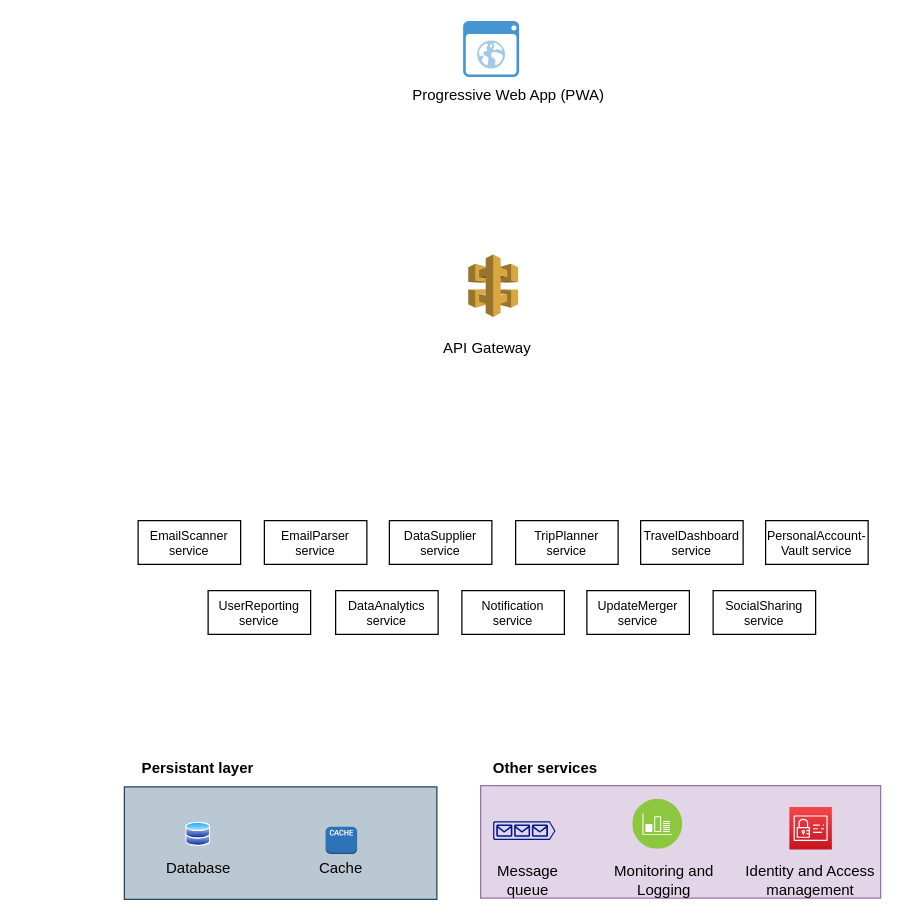
Above: diagrams/Untitled Diagram.drawio in Orry/CloudeneersArchKata2023 (draw.io), before the change. Source tidied: cells renumbered, new cells numbered last; positions are measured from the earlier drawing's top-left corner, leaving out a move shared by most shapes. Both pictures are drawn from the tidied source at 125%, with x=0, y=0 at pixel (124, 20).
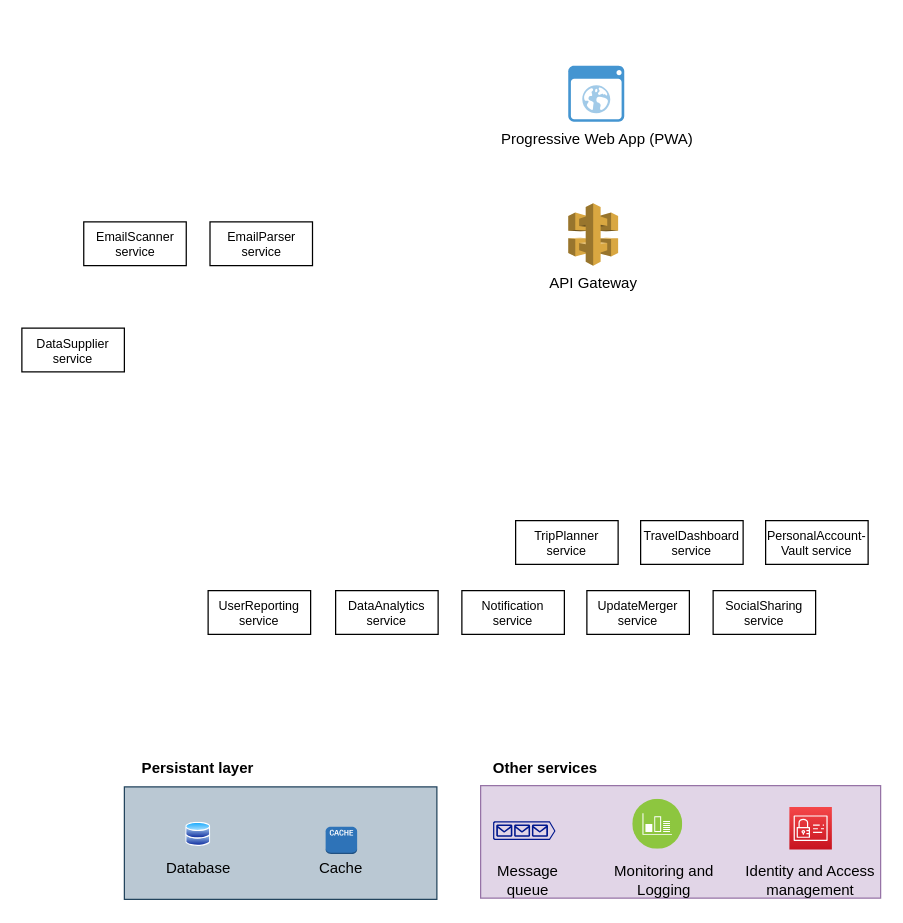
The same page after the edit.

Commit message:
Service blown

Change to the diagram source:
```diff
@@
-    <mxCell id="2" style="dashed=0;verticalLabelPosition=bottom;verticalAlign=top;align=center;html=1;shape=mxgraph.aws3.api_gateway;fillColor=#D9A741;gradientColor=none;" parent="1" vertex="1">
-      <mxGeometry x="275.1" y="187" width="39.9" height="50" as="geometry" />
+    <mxCell id="2" value="API Gateway" style="dashed=0;verticalLabelPosition=bottom;verticalAlign=top;align=center;html=1;shape=mxgraph.aws3.api_gateway;fillColor=#D9A741;gradientColor=none;" parent="1" vertex="1">
+      <mxGeometry x="355.1" y="146" width="39.9" height="50" as="geometry" />
     </mxCell>
-    <mxCell id="3" style="shadow=0;dashed=0;html=1;strokeColor=none;fillColor=#4495D1;labelPosition=center;verticalLabelPosition=bottom;verticalAlign=top;align=center;shape=mxgraph.veeam.2d.web_ui;" parent="1" vertex="1">
-      <mxGeometry x="271" y="0.2" width="44.8" height="44.8" as="geometry" />
+    <mxCell id="3" value="Progressive Web App (PWA)" style="shadow=0;dashed=0;html=1;strokeColor=none;fillColor=#4495D1;labelPosition=center;verticalLabelPosition=bottom;verticalAlign=top;align=center;shape=mxgraph.veeam.2d.web_ui;" parent="1" vertex="1">
+      <mxGeometry x="355.1" y="36" width="44.8" height="44.8" as="geometry" />
     </mxCell>
-    <mxCell id="4" value="Progressive Web App (PWA)" style="text;html=1;strokeColor=none;fillColor=none;align=center;verticalAlign=middle;whiteSpace=wrap;rounded=0;" parent="1" vertex="1">
-      <mxGeometry x="215" y="45" width="185" height="30" as="geometry" />
-    </mxCell>
-    <mxCell id="5" value="API Gateway" style="text;html=1;strokeColor=none;fillColor=none;align=center;verticalAlign=middle;whiteSpace=wrap;rounded=0;" parent="1" vertex="1">
-      <mxGeometry x="198" y="247" width="185" height="30" as="geometry" />
-    </mxCell>
@@
     <mxCell id="7" value="DataSupplier service" style="rounded=0;whiteSpace=wrap;html=1;fontSize=10;" parent="1" vertex="1">
-      <mxGeometry x="212" y="400" width="82" height="35" as="geometry" />
+      <mxGeometry x="-82" y="246" width="82" height="35" as="geometry" />
     </mxCell>
     <mxCell id="8" value="EmailScanner service" style="rounded=0;whiteSpace=wrap;html=1;imageWidth=20;imageHeight=20;fontSize=10;" parent="1" vertex="1">
-      <mxGeometry x="11" y="400" width="82" height="35" as="geometry" />
+      <mxGeometry x="-32.5" y="161" width="82" height="35" as="geometry" />
     </mxCell>
@@
     <mxCell id="28" value="EmailParser service" style="rounded=0;whiteSpace=wrap;html=1;fontSize=10;" parent="1" vertex="1">
-      <mxGeometry x="112" y="400" width="82" height="35" as="geometry" />
+      <mxGeometry x="68.5" y="161" width="82" height="35" as="geometry" />
     </mxCell>
```
